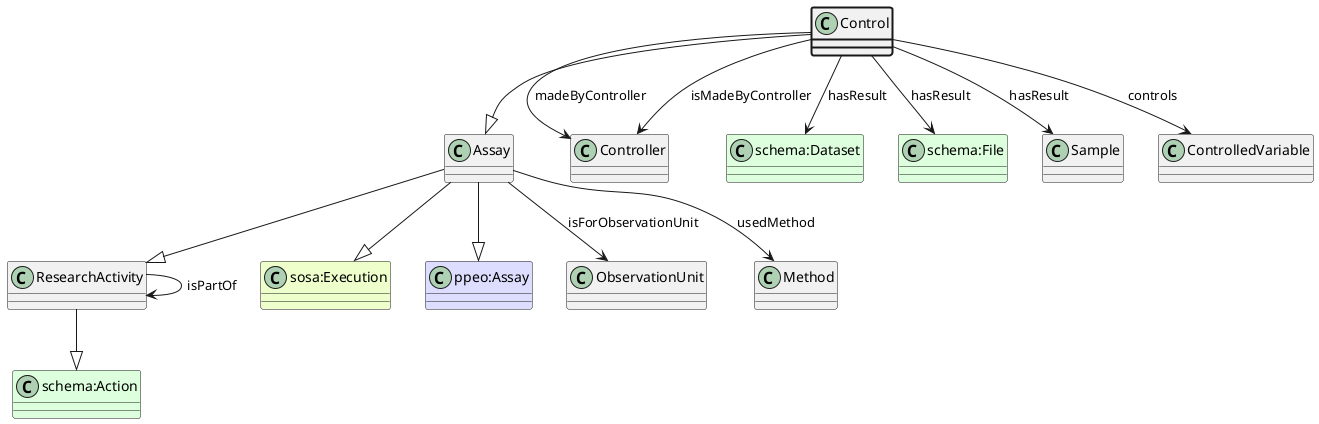
Earlier version of the PlantUML export ttl_uml/ttl_appn_Control.png (aus-plant-phenomics-network/appn-schema).
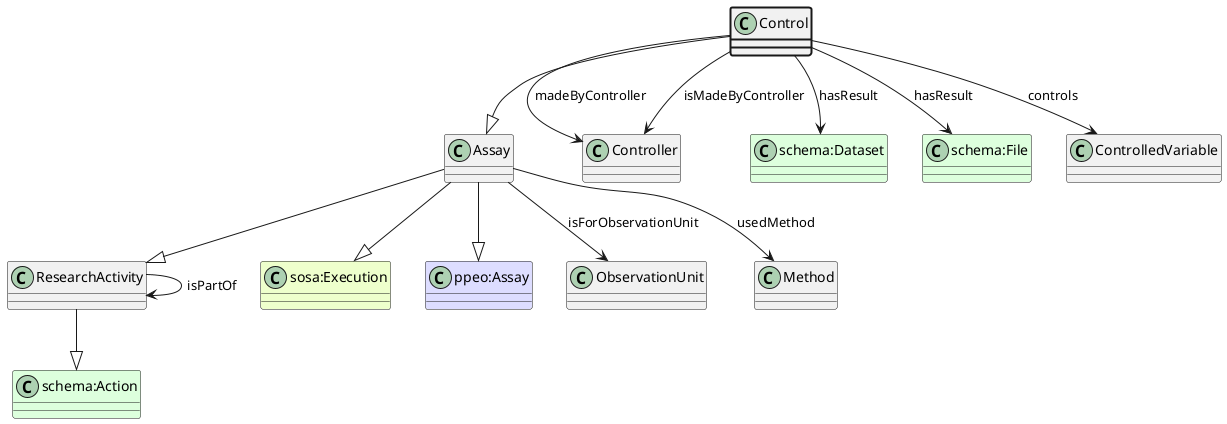
Above is the later version.

Diff of the diagram source:
```diff
@@ -16,8 +16,6 @@
 Control --> "schema:Dataset" : hasResult
 class "schema:File" #DDFFDD
 Control --> "schema:File" : hasResult
-class Sample
-Control --> Sample : hasResult
 class ControlledVariable
 Control --> ControlledVariable : controls
 class Controller
```
